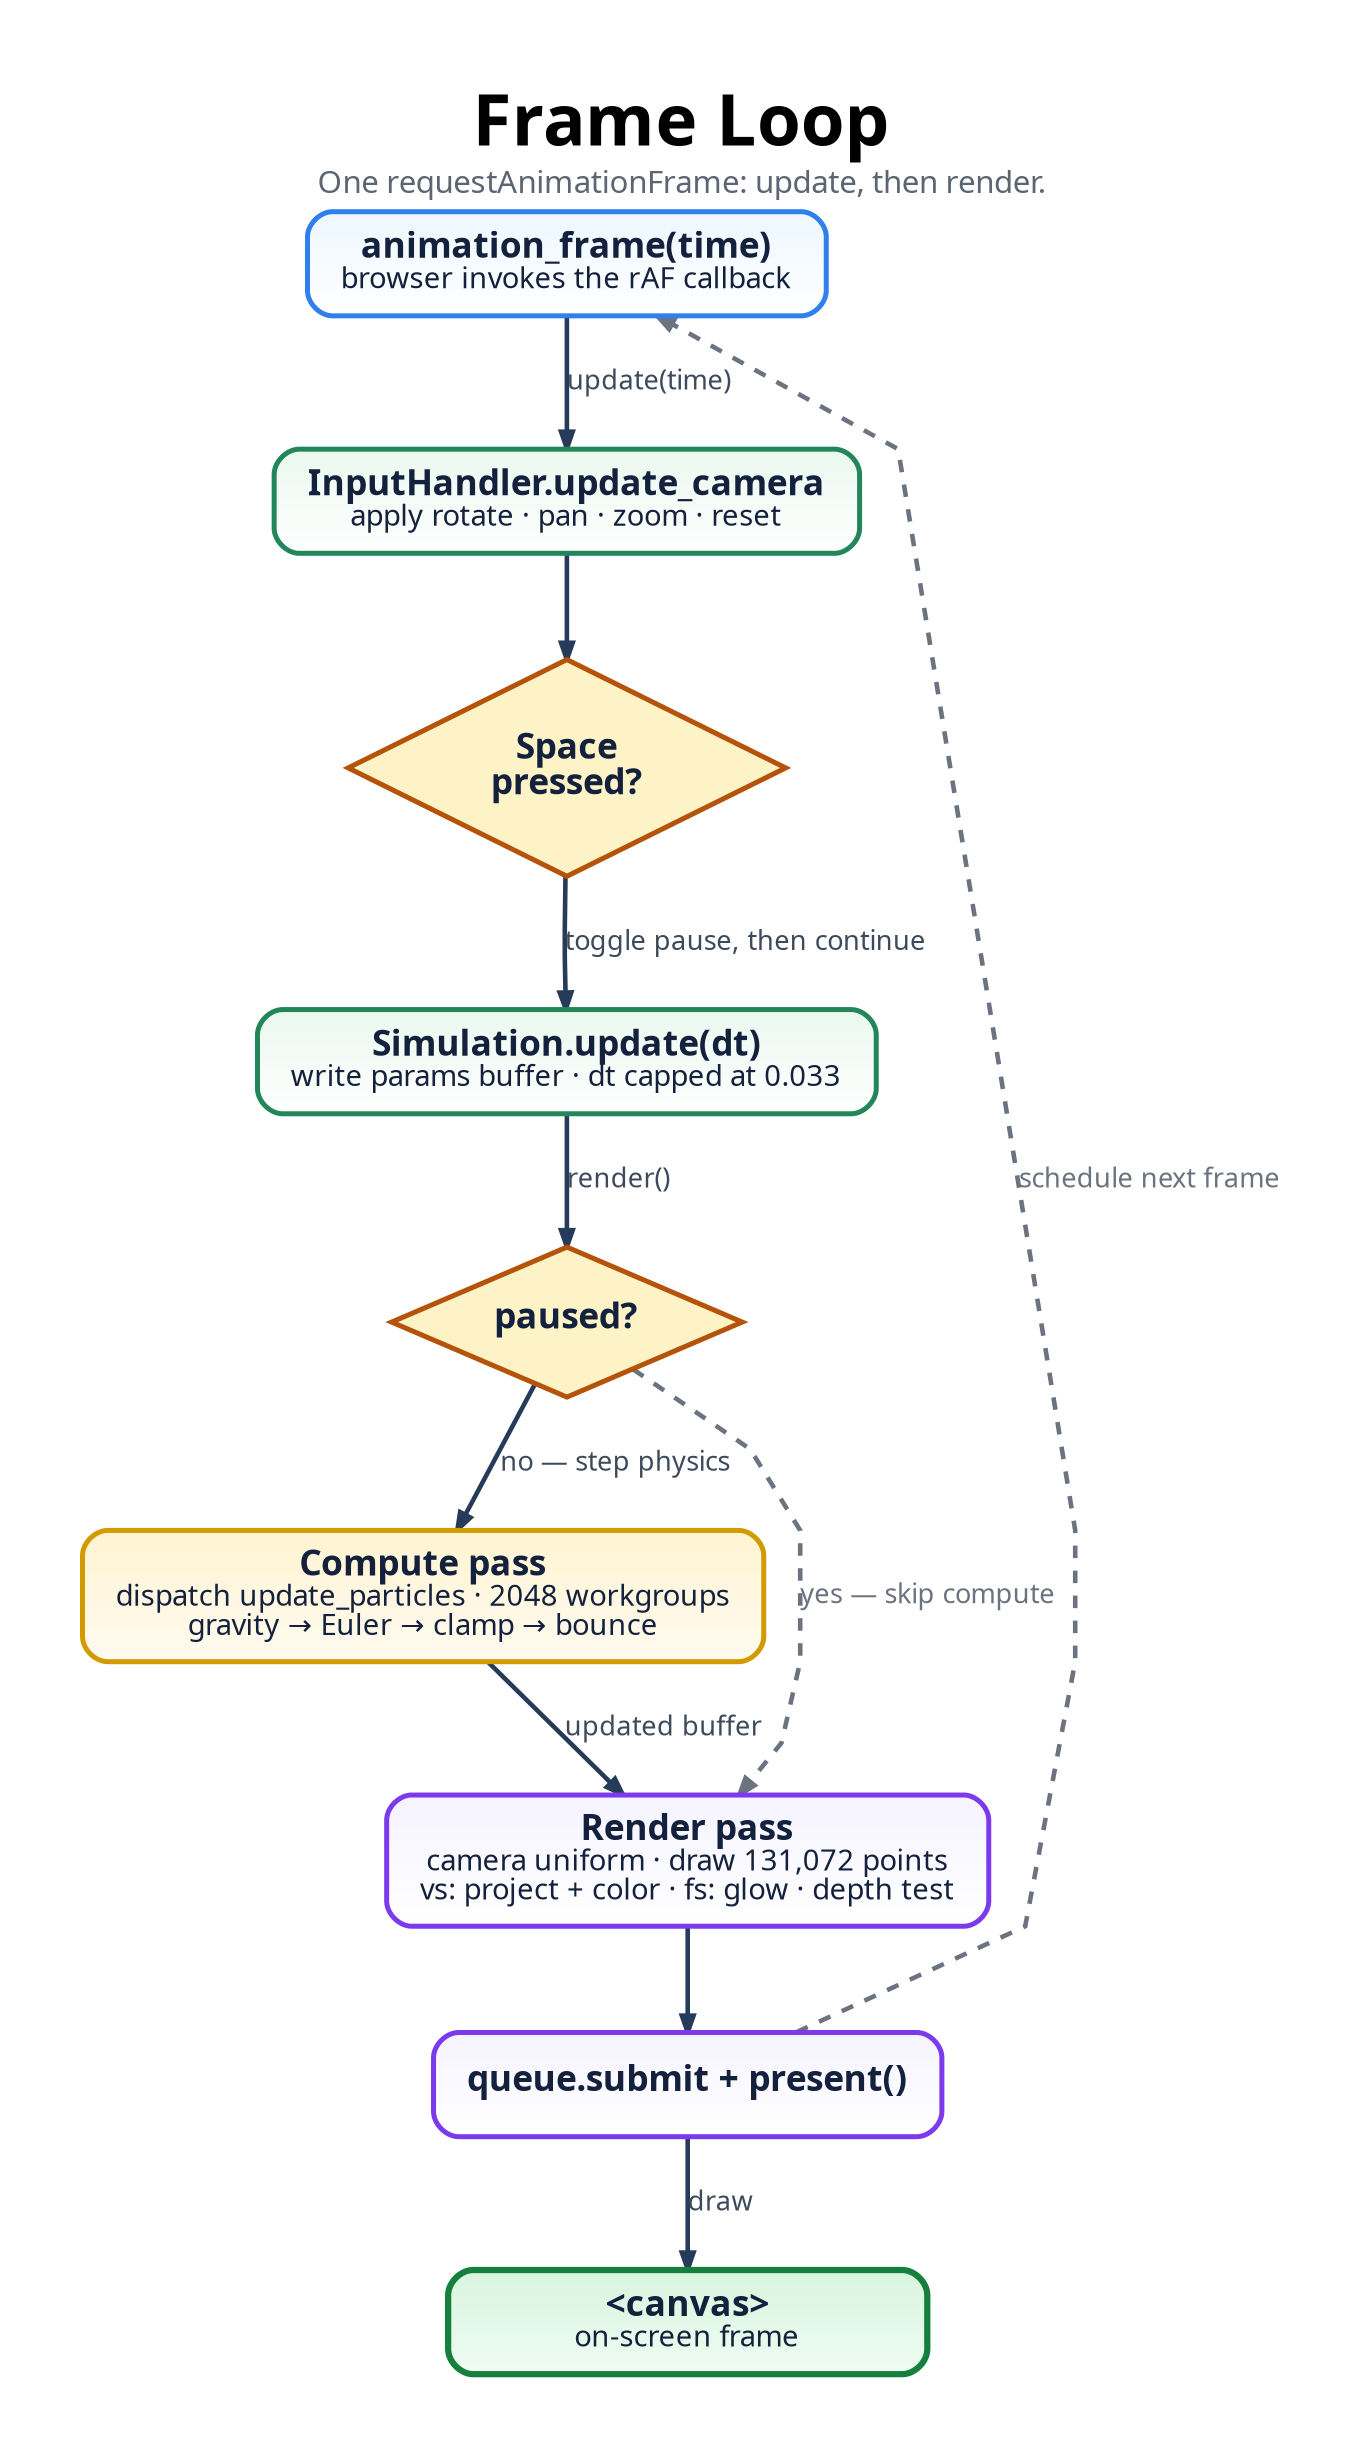
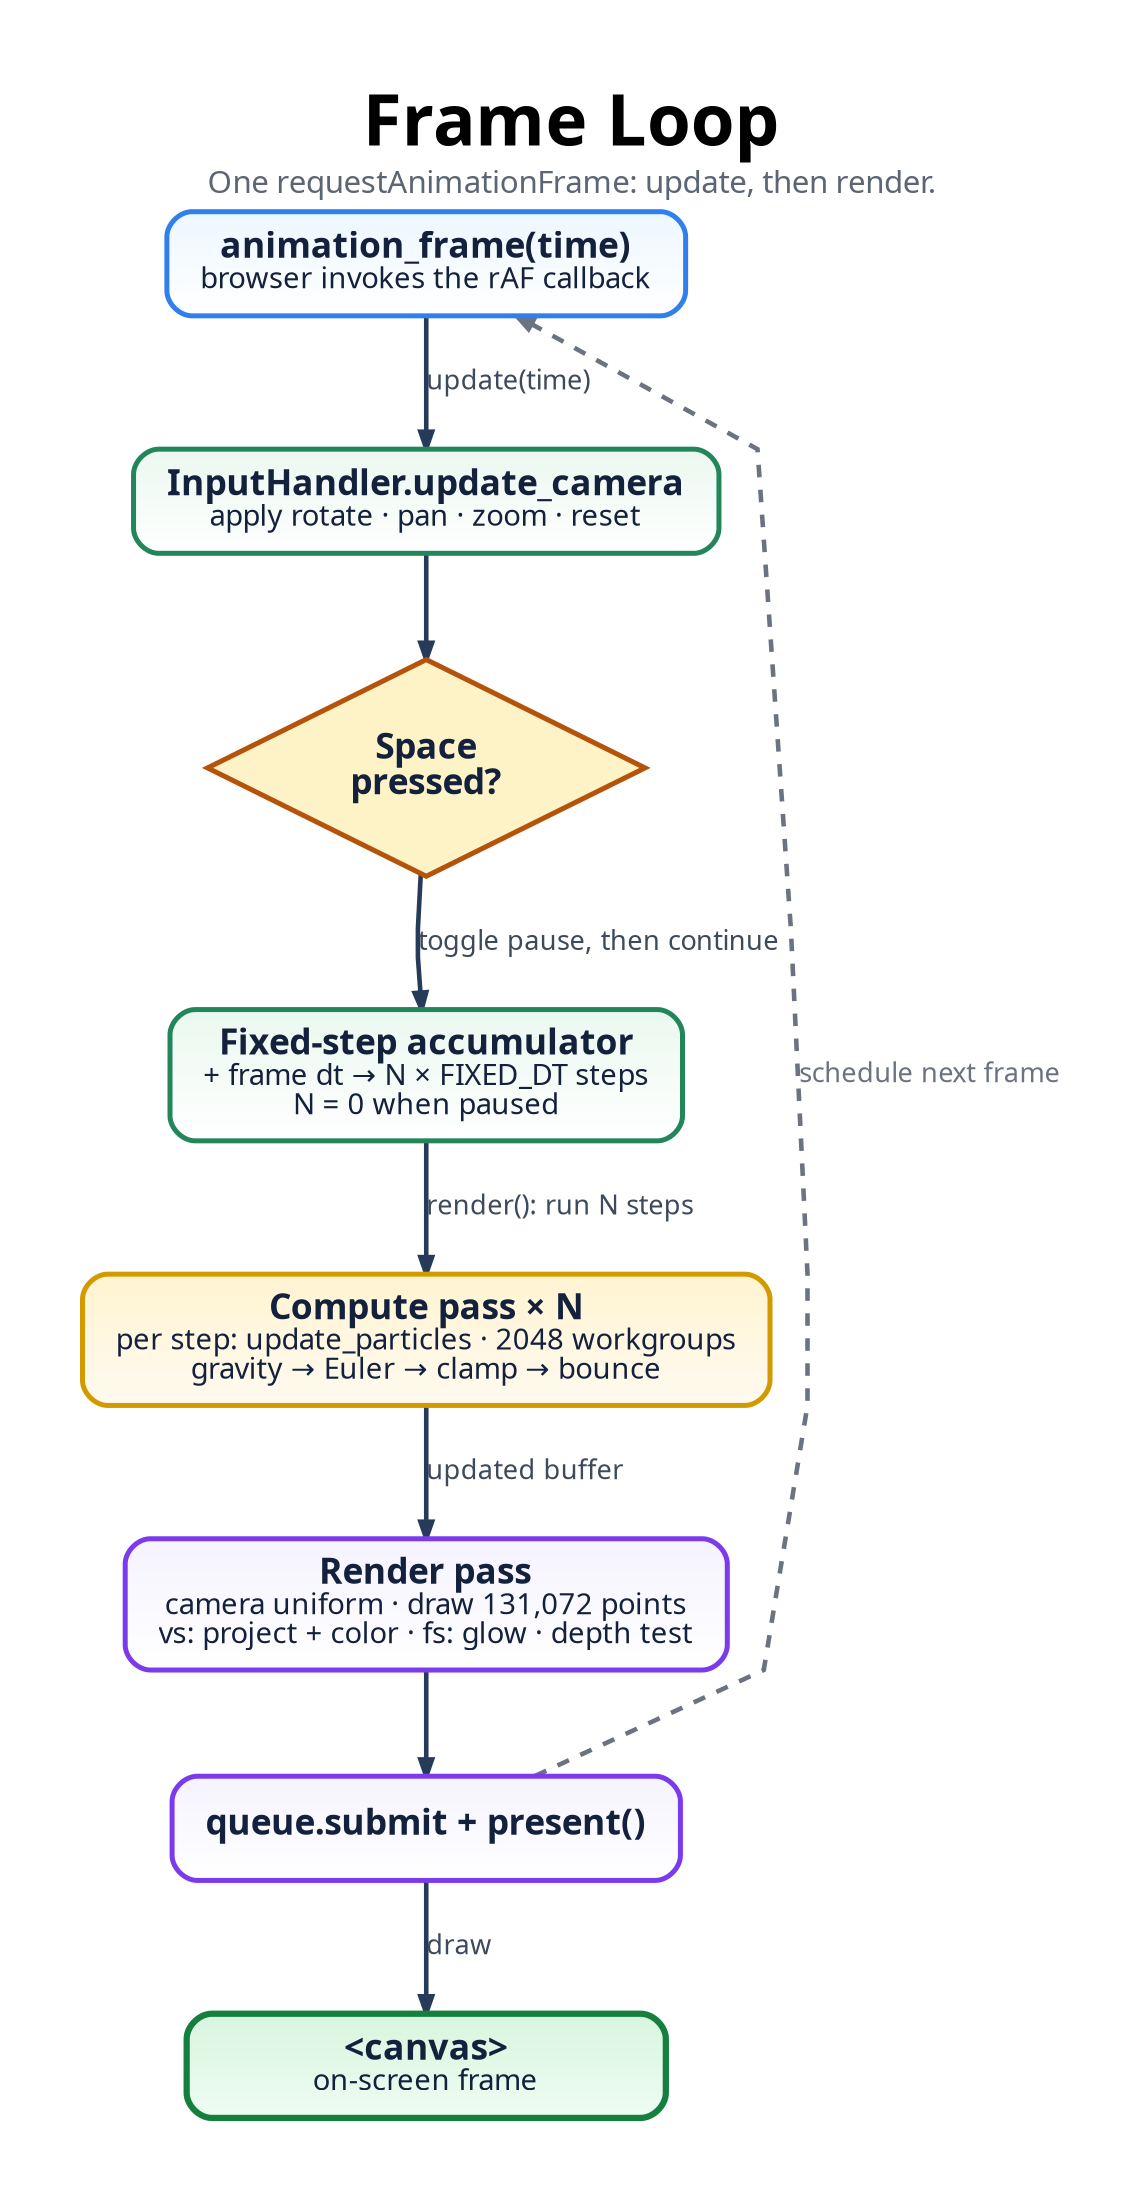
digraph FrameLoop {
  graph [
    rankdir=TB,
    bgcolor="#ffffff",
    pad="0.55",
    nodesep="0.5",
    ranksep="0.7",
    splines=polyline,
    outputorder=edgesfirst,
    newrank=true,
    forcelabels=true,
    fontname="Avenir",
    label=<
      <TABLE BORDER="0" CELLBORDER="0" CELLSPACING="0" CELLPADDING="0">
        <TR><TD><FONT POINT-SIZE="34"><B>Frame Loop</B></FONT></TD></TR>
        <TR><TD><FONT POINT-SIZE="15" COLOR="#5b6573">One requestAnimationFrame: update, then render.</FONT></TD></TR>
      </TABLE>
    >,
    labelloc=t,
    labeljust=c
  ];

  node [
    shape=box,
    style="rounded,filled",
    margin="0.22,0.13",
    width=3.2,
    height=0.7,
    fontname="Avenir",
    fontsize=17,
    penwidth=2.4,
    fontcolor="#14213d",
    color="#2264c7",
    fillcolor="#eaf3ff:#ffffff",
    gradientangle=270
  ];

  edge [
    color="#263a59",
    fontname="Avenir",
    fontsize=13,
    fontcolor="#3d4a5c",
    penwidth=2.2,
    arrowsize=0.8
  ];

  START [label=<<B>animation_frame(time)</B><BR/><FONT POINT-SIZE="14">browser invokes the rAF callback</FONT>>, fillcolor="#edf7ff:#ffffff", color="#2f80ed"];

  // update phase (green)
  U1 [label=<<B>InputHandler.update_camera</B><BR/><FONT POINT-SIZE="14">apply rotate · pan · zoom · reset</FONT>>, fillcolor="#eaf8ef:#ffffff", color="#22865a"];
  U2 [shape=diamond, style=filled, fillcolor="#fef3c7", color="#b45309", width=2.0, height=1.0, label=<<B>Space<BR/>pressed?</B>>];
-   U3 [label=<<B>Simulation.update(dt)</B><BR/><FONT POINT-SIZE="14">write params buffer · dt capped at 0.033</FONT>>, fillcolor="#eaf8ef:#ffffff", color="#22865a"];
+   U3 [label=<<B>Fixed-step accumulator</B><BR/><FONT POINT-SIZE="14">+ frame dt → N × FIXED_DT steps<BR/>N = 0 when paused</FONT>>, fillcolor="#eaf8ef:#ffffff", color="#22865a"];

  // render phase
-   DEC [shape=diamond, style=filled, fillcolor="#fef3c7", color="#b45309", width=2.0, height=1.0, label=<<B>paused?</B>>];
-   CP [label=<<B>Compute pass</B><BR/><FONT POINT-SIZE="14">dispatch update_particles · 2048 workgroups<BR/>gravity → Euler → clamp → bounce</FONT>>, fillcolor="#fff4d1:#fffaf0", color="#d39a00"];
+   CP [label=<<B>Compute pass × N</B><BR/><FONT POINT-SIZE="14">per step: update_particles · 2048 workgroups<BR/>gravity → Euler → clamp → bounce</FONT>>, fillcolor="#fff4d1:#fffaf0", color="#d39a00"];
  RP [label=<<B>Render pass</B><BR/><FONT POINT-SIZE="14">camera uniform · draw 131,072 points<BR/>vs: project + color · fs: glow · depth test</FONT>>, fillcolor="#f5f3ff:#ffffff", color="#7c3aed"];
  PRES [label=<<B>queue.submit + present()</B>>, fillcolor="#f5f3ff:#ffffff", color="#7c3aed"];

  CANVAS [label=<<B>&lt;canvas&gt;</B><BR/><FONT POINT-SIZE="14">on-screen frame</FONT>>, fillcolor="#d8f5de:#effcf2", color="#15803d", penwidth=3.0];

  START -> U1 [label="update(time)"];
  U1 -> U2;
  U2 -> U3 [label="toggle pause, then continue"];
-   U3 -> DEC [label="render()"];
- 
-   DEC -> CP [label="no — step physics"];
-   DEC -> RP [label="yes — skip compute", color="#6b7280", fontcolor="#6b7280", style=dashed];
+   U3 -> CP [label="render(): run N steps"];
  CP -> RP [label="updated buffer"];
  RP -> PRES;
  PRES -> CANVAS [label="draw"];

  PRES -> START [label="schedule next frame", color="#6b7280", fontcolor="#6b7280", style=dashed, constraint=false];
}
